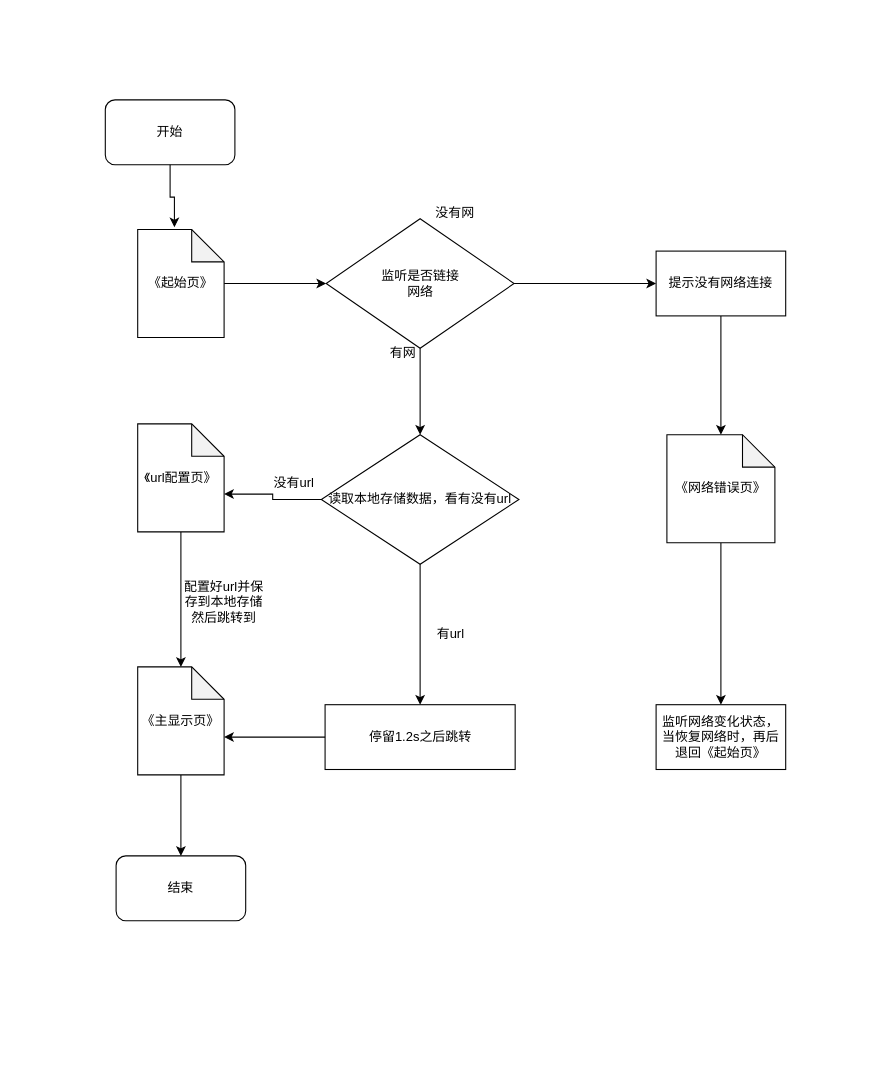
Earlier version of the draw.io diagram design/RtMobile.drawio (whutpsychic/RtMobile). Source tidied: cells renumbered, new cells numbered last; positions are measured from the earlier drawing's top-left corner, leaving out a move shared by most shapes. Both pictures are drawn from the tidied source at 108%, with x=0, y=0 at pixel (105, 99).
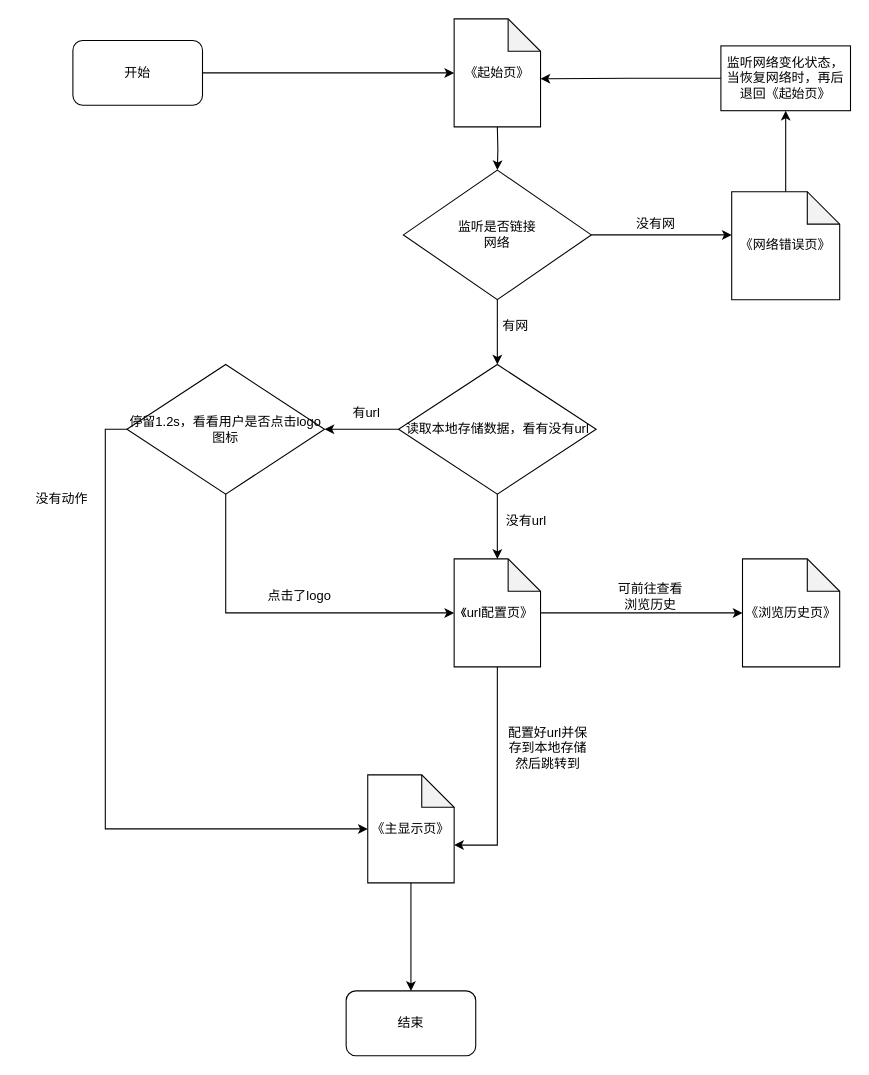
Above is the later version.

Diff of the diagram source:
```diff
@@
     <mxCell id="2" value="开始" style="rounded=1;whiteSpace=wrap;html=1;" parent="1" vertex="1">
-      <mxGeometry width="120" height="60" as="geometry" />
+      <mxGeometry x="-30" y="-55" width="120" height="60" as="geometry" />
     </mxCell>
@@
-    <mxCell id="4" style="edgeStyle=orthogonalEdgeStyle;rounded=0;jettySize=auto;html=1;entryX=0;entryY=0.5;entryDx=0;entryDy=0;" parent="1" edge="1" source="5" target="7">
-      <mxGeometry relative="1" as="geometry" />
-    </mxCell>
     <mxCell id="5" value="监听是否链接&lt;div&gt;网络&lt;/div&gt;" style="rhombus;whiteSpace=wrap;html=1;" parent="1" vertex="1">
-      <mxGeometry x="204.5" y="110" width="174" height="120" as="geometry" />
+      <mxGeometry x="276" y="65" width="174" height="120" as="geometry" />
     </mxCell>
-    <mxCell id="6" style="edgeStyle=orthogonalEdgeStyle;rounded=0;jettySize=auto;html=1;" parent="1" edge="1" source="7" target="26">
-      <mxGeometry relative="1" as="geometry" />
-    </mxCell>
-    <mxCell id="7" value="提示没有网络连接" style="rounded=0;whiteSpace=wrap;html=1;" parent="1" vertex="1">
-      <mxGeometry x="510" y="140" width="120" height="60" as="geometry" />
-    </mxCell>
-    <mxCell id="8" style="edgeStyle=orthogonalEdgeStyle;rounded=0;jettySize=auto;html=1;" parent="1" edge="1" source="9" target="14">
-      <mxGeometry relative="1" as="geometry" />
-    </mxCell>
+    <mxCell id="29" style="edgeStyle=orthogonalEdgeStyle;rounded=0;jettySize=auto;html=1;entryX=1;entryY=0.5;entryDx=0;entryDy=0;" parent="1" edge="1" source="9" target="35">
+      <mxGeometry relative="1" as="geometry" />
+    </mxCell>
     <mxCell id="9" value="读取本地存储数据，看有没有url" style="rhombus;whiteSpace=wrap;html=1;" parent="1" vertex="1">
-      <mxGeometry x="200" y="310" width="183" height="120" as="geometry" />
+      <mxGeometry x="271.5" y="245" width="183" height="120" as="geometry" />
     </mxCell>
     <mxCell id="10" value="没有网" style="text;html=1;whiteSpace=wrap;strokeColor=none;fillColor=none;align=center;verticalAlign=middle;rounded=0;" parent="1" vertex="1">
-      <mxGeometry x="294" y="90" width="60" height="30" as="geometry" />
+      <mxGeometry x="480" y="100" width="60" height="30" as="geometry" />
     </mxCell>
     <mxCell id="11" value="&lt;div&gt;&lt;span style=&quot;background-color: transparent; color: light-dark(rgb(0, 0, 0), rgb(255, 255, 255));&quot;&gt;有网&lt;/span&gt;&lt;/div&gt;" style="text;html=1;whiteSpace=wrap;strokeColor=none;fillColor=none;align=center;verticalAlign=middle;rounded=0;" parent="1" vertex="1">
-      <mxGeometry x="246" y="220" width="60" height="30" as="geometry" />
+      <mxGeometry x="350" y="195" width="60" height="30" as="geometry" />
     </mxCell>
     <mxCell id="12" value="&lt;div&gt;&lt;span style=&quot;background-color: transparent; color: light-dark(rgb(0, 0, 0), rgb(255, 255, 255));&quot;&gt;没有url&lt;/span&gt;&lt;/div&gt;" style="text;html=1;whiteSpace=wrap;strokeColor=none;fillColor=none;align=center;verticalAlign=middle;rounded=0;" parent="1" vertex="1">
-      <mxGeometry x="144.5" y="340" width="60" height="30" as="geometry" />
+      <mxGeometry x="360" y="375" width="60" height="30" as="geometry" />
     </mxCell>
     <mxCell id="13" value="&lt;div&gt;&lt;span style=&quot;background-color: transparent; color: light-dark(rgb(0, 0, 0), rgb(255, 255, 255));&quot;&gt;有url&lt;/span&gt;&lt;/div&gt;" style="text;html=1;whiteSpace=wrap;strokeColor=none;fillColor=none;align=center;verticalAlign=middle;rounded=0;" parent="1" vertex="1">
-      <mxGeometry x="290" y="480" width="60" height="30" as="geometry" />
+      <mxGeometry x="211.5" y="275" width="60" height="30" as="geometry" />
     </mxCell>
-    <mxCell id="14" value="停留1.2s之后跳转" style="rounded=0;whiteSpace=wrap;html=1;" parent="1" vertex="1">
-      <mxGeometry x="203.5" y="560" width="176" height="60" as="geometry" />
-    </mxCell>
     <mxCell id="15" value="结束" style="rounded=1;whiteSpace=wrap;html=1;" parent="1" vertex="1">
-      <mxGeometry x="10" y="700" width="120" height="60" as="geometry" />
+      <mxGeometry x="223" y="825" width="120" height="60" as="geometry" />
     </mxCell>
-    <mxCell id="16" style="edgeStyle=orthogonalEdgeStyle;rounded=0;jettySize=auto;html=1;entryX=0;entryY=0.5;entryDx=0;entryDy=0;" parent="1" edge="1" source="17" target="5">
-      <mxGeometry relative="1" as="geometry" />
-    </mxCell>
+    <mxCell id="30" style="edgeStyle=orthogonalEdgeStyle;rounded=0;jettySize=auto;html=1;entryX=0.5;entryY=0;entryDx=0;entryDy=0;" parent="1" edge="1" target="5">
+      <mxGeometry relative="1" as="geometry">
+        <mxPoint x="363" y="25" as="sourcePoint" />
+      </mxGeometry>
+    </mxCell>
     <mxCell id="17" value="《起始页》" style="shape=note;whiteSpace=wrap;html=1;backgroundOutline=1;darkOpacity=0.05;" parent="1" vertex="1">
-      <mxGeometry x="30" y="120" width="80" height="100" as="geometry" />
+      <mxGeometry x="323" y="-75" width="80" height="100" as="geometry" />
     </mxCell>
-    <mxCell id="18" style="edgeStyle=orthogonalEdgeStyle;rounded=0;jettySize=auto;html=1;entryX=0.425;entryY=-0.02;entryDx=0;entryDy=0;entryPerimeter=0;" parent="1" edge="1" source="2" target="17">
-      <mxGeometry relative="1" as="geometry" />
-    </mxCell>
+    <mxCell id="31" style="edgeStyle=orthogonalEdgeStyle;rounded=0;jettySize=auto;html=1;" parent="1" edge="1" source="19">
+      <mxGeometry relative="1" as="geometry">
+        <mxPoint x="590" y="475" as="targetPoint" />
+      </mxGeometry>
+    </mxCell>
     <mxCell id="19" value="《url配置页》" style="shape=note;whiteSpace=wrap;html=1;backgroundOutline=1;darkOpacity=0.05;" parent="1" vertex="1">
-      <mxGeometry x="30" y="300" width="80" height="100" as="geometry" />
+      <mxGeometry x="323" y="425" width="80" height="100" as="geometry" />
     </mxCell>
-    <mxCell id="20" style="edgeStyle=orthogonalEdgeStyle;rounded=0;jettySize=auto;html=1;entryX=0;entryY=0;entryDx=80;entryDy=65;entryPerimeter=0;" parent="1" edge="1" source="9" target="19">
-      <mxGeometry relative="1" as="geometry" />
-    </mxCell>
@@
     <mxCell id="22" value="《主显示页》" style="shape=note;whiteSpace=wrap;html=1;backgroundOutline=1;darkOpacity=0.05;" parent="1" vertex="1">
-      <mxGeometry x="30" y="525" width="80" height="100" as="geometry" />
+      <mxGeometry x="243" y="625" width="80" height="100" as="geometry" />
     </mxCell>
-    <mxCell id="23" style="edgeStyle=orthogonalEdgeStyle;rounded=0;jettySize=auto;html=1;entryX=0.5;entryY=0;entryDx=0;entryDy=0;entryPerimeter=0;" parent="1" edge="1" source="19" target="22">
-      <mxGeometry relative="1" as="geometry" />
-    </mxCell>
     <mxCell id="24" value="配置好url并保存到本地存储&lt;div&gt;然后跳转到&lt;/div&gt;" style="text;html=1;whiteSpace=wrap;strokeColor=none;fillColor=none;align=center;verticalAlign=middle;rounded=0;" parent="1" vertex="1">
-      <mxGeometry x="70" y="450" width="80" height="30" as="geometry" />
+      <mxGeometry x="370" y="585" width="80" height="30" as="geometry" />
     </mxCell>
-    <mxCell id="25" style="edgeStyle=orthogonalEdgeStyle;rounded=0;jettySize=auto;html=1;entryX=0.5;entryY=0;entryDx=0;entryDy=0;" parent="1" edge="1" source="26" target="27">
+    <mxCell id="25" style="edgeStyle=orthogonalEdgeStyle;rounded=0;jettySize=auto;html=1;entryX=0.5;entryY=1;entryDx=0;entryDy=0;" parent="1" edge="1" source="26" target="27">
       <mxGeometry relative="1" as="geometry" />
     </mxCell>
     <mxCell id="26" value="《网络错误页&lt;span style=&quot;background-color: transparent; color: light-dark(rgb(0, 0, 0), rgb(255, 255, 255));&quot;&gt;》&lt;/span&gt;" style="shape=note;whiteSpace=wrap;html=1;backgroundOutline=1;darkOpacity=0.05;" parent="1" vertex="1">
-      <mxGeometry x="520" y="310" width="100" height="100" as="geometry" />
+      <mxGeometry x="580" y="85" width="100" height="100" as="geometry" />
     </mxCell>
     <mxCell id="27" value="&lt;div&gt;&lt;span style=&quot;background-color: transparent; color: light-dark(rgb(0, 0, 0), rgb(255, 255, 255));&quot;&gt;监听网络变化状态，当恢复网络时，再后退回《起始页》&lt;/span&gt;&lt;/div&gt;" style="rounded=0;whiteSpace=wrap;html=1;" parent="1" vertex="1">
-      <mxGeometry x="510" y="560" width="120" height="60" as="geometry" />
+      <mxGeometry x="570" y="-50" width="120" height="60" as="geometry" />
     </mxCell>
-    <mxCell id="28" style="edgeStyle=orthogonalEdgeStyle;rounded=0;jettySize=auto;html=1;entryX=0;entryY=0;entryDx=80;entryDy=65;entryPerimeter=0;" parent="1" edge="1" source="14" target="22">
-      <mxGeometry relative="1" as="geometry" />
-    </mxCell>
+    <mxCell id="32" style="edgeStyle=orthogonalEdgeStyle;rounded=0;jettySize=auto;html=1;entryX=0;entryY=0.5;entryDx=0;entryDy=0;entryPerimeter=0;" parent="1" edge="1" source="2">
+      <mxGeometry relative="1" as="geometry">
+        <mxPoint x="323" y="-25" as="targetPoint" />
+      </mxGeometry>
+    </mxCell>
+    <mxCell id="33" style="edgeStyle=orthogonalEdgeStyle;rounded=0;jettySize=auto;html=1;entryX=0;entryY=0.5;entryDx=0;entryDy=0;entryPerimeter=0;" parent="1" edge="1" source="5">
+      <mxGeometry relative="1" as="geometry">
+        <mxPoint x="580" y="125" as="targetPoint" />
+      </mxGeometry>
+    </mxCell>
+    <mxCell id="34" value="《浏览历史&lt;span style=&quot;background-color: transparent; color: light-dark(rgb(0, 0, 0), rgb(255, 255, 255));&quot;&gt;页》&lt;/span&gt;" style="shape=note;whiteSpace=wrap;html=1;backgroundOutline=1;darkOpacity=0.05;" parent="1" vertex="1">
+      <mxGeometry x="590" y="425" width="90" height="100" as="geometry" />
+    </mxCell>
+    <mxCell id="35" value="停留1.2s，看看用户是否点击logo图标" style="rhombus;whiteSpace=wrap;html=1;" parent="1" vertex="1">
+      <mxGeometry x="20" y="245" width="183" height="120" as="geometry" />
+    </mxCell>
+    <mxCell id="20" style="edgeStyle=orthogonalEdgeStyle;rounded=0;jettySize=auto;html=1;entryX=0.5;entryY=0;entryDx=0;entryDy=0;entryPerimeter=0;" parent="1" edge="1" source="9" target="19">
+      <mxGeometry relative="1" as="geometry" />
+    </mxCell>
+    <mxCell id="36" value="可前往查看浏览历史" style="text;html=1;whiteSpace=wrap;strokeColor=none;fillColor=none;align=center;verticalAlign=middle;rounded=0;" parent="1" vertex="1">
+      <mxGeometry x="470" y="445" width="70" height="30" as="geometry" />
+    </mxCell>
+    <mxCell id="37" value="没有动作" style="text;html=1;whiteSpace=wrap;strokeColor=none;fillColor=none;align=center;verticalAlign=middle;rounded=0;" parent="1" vertex="1">
+      <mxGeometry x="-80" y="355" width="80" height="30" as="geometry" />
+    </mxCell>
+    <mxCell id="38" value="点击了logo" style="text;html=1;whiteSpace=wrap;strokeColor=none;fillColor=none;align=center;verticalAlign=middle;rounded=0;" parent="1" vertex="1">
+      <mxGeometry x="140" y="445" width="80" height="30" as="geometry" />
+    </mxCell>
+    <mxCell id="39" style="edgeStyle=orthogonalEdgeStyle;rounded=0;jettySize=auto;html=1;exitX=0.5;exitY=1;exitDx=0;exitDy=0;entryX=0;entryY=0.5;entryDx=0;entryDy=0;entryPerimeter=0;" parent="1" edge="1" source="35" target="19">
+      <mxGeometry relative="1" as="geometry" />
+    </mxCell>
+    <mxCell id="23" style="edgeStyle=orthogonalEdgeStyle;rounded=0;jettySize=auto;html=1;entryX=0;entryY=0;entryDx=80;entryDy=65;entryPerimeter=0;" parent="1" edge="1" source="19" target="22">
+      <mxGeometry relative="1" as="geometry" />
+    </mxCell>
+    <mxCell id="40" style="edgeStyle=orthogonalEdgeStyle;rounded=0;jettySize=auto;html=1;exitX=0;exitY=0.5;exitDx=0;exitDy=0;entryX=0;entryY=0.5;entryDx=0;entryDy=0;entryPerimeter=0;" parent="1" edge="1" source="35" target="22">
+      <mxGeometry relative="1" as="geometry" />
+    </mxCell>
+    <mxCell id="41" style="edgeStyle=orthogonalEdgeStyle;rounded=0;jettySize=auto;html=1;entryX=1;entryY=0.555;entryDx=0;entryDy=0;entryPerimeter=0;" parent="1" edge="1" source="27" target="17">
+      <mxGeometry relative="1" as="geometry" />
+    </mxCell>
```
